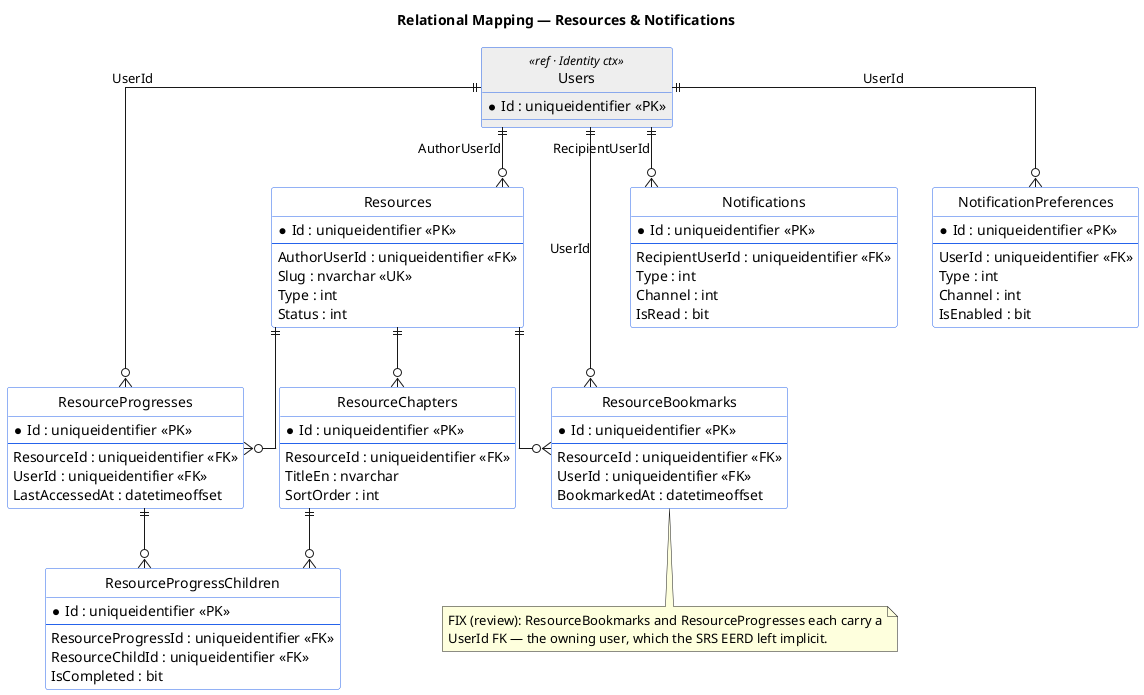
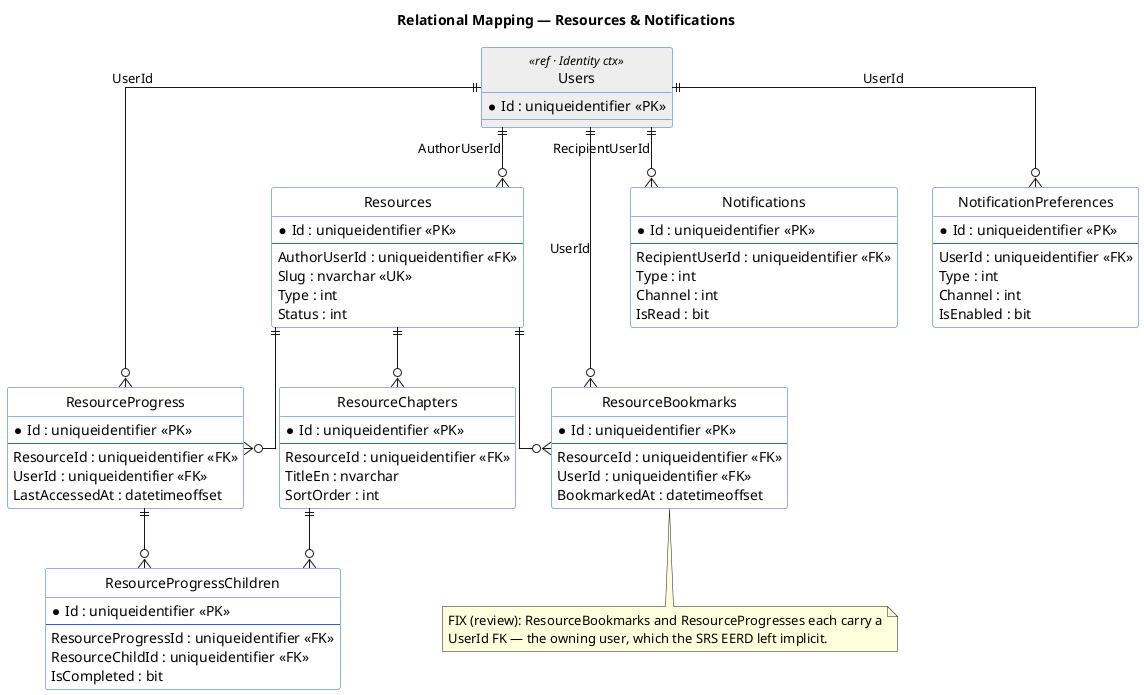
@startuml mapping-05-resources-notifications
title Relational Mapping — Resources & Notifications

skinparam linetype ortho
hide circle
skinparam class {
  BackgroundColor White
  BorderColor #2563eb
}

entity "Users" as users <<ref · Identity ctx>> #EEEEEE {
  *Id : uniqueidentifier <<PK>>
}

entity "Resources" as res {
  *Id : uniqueidentifier <<PK>>
  --
  AuthorUserId : uniqueidentifier <<FK>>
  Slug : nvarchar <<UK>>
  Type : int
  Status : int
}

entity "ResourceChapters" as rc {
  *Id : uniqueidentifier <<PK>>
  --
  ResourceId : uniqueidentifier <<FK>>
  TitleEn : nvarchar
  SortOrder : int
}

entity "ResourceBookmarks" as rb {
  *Id : uniqueidentifier <<PK>>
  --
  ResourceId : uniqueidentifier <<FK>>
  UserId : uniqueidentifier <<FK>>
  BookmarkedAt : datetimeoffset
}

- entity "ResourceProgresses" as rp {
+ entity "ResourceProgress" as rp {
  *Id : uniqueidentifier <<PK>>
  --
  ResourceId : uniqueidentifier <<FK>>
  UserId : uniqueidentifier <<FK>>
  LastAccessedAt : datetimeoffset
}

entity "ResourceProgressChildren" as rpc {
  *Id : uniqueidentifier <<PK>>
  --
  ResourceProgressId : uniqueidentifier <<FK>>
  ResourceChildId : uniqueidentifier <<FK>>
  IsCompleted : bit
}

entity "Notifications" as nt {
  *Id : uniqueidentifier <<PK>>
  --
  RecipientUserId : uniqueidentifier <<FK>>
  Type : int
  Channel : int
  IsRead : bit
}

entity "NotificationPreferences" as np {
  *Id : uniqueidentifier <<PK>>
  --
  UserId : uniqueidentifier <<FK>>
  Type : int
  Channel : int
  IsEnabled : bit
}

' ----- intra-context FKs -----
res ||--o{ rc
res ||--o{ rb
res ||--o{ rp
rp  ||--o{ rpc
rc  ||--o{ rpc

' ----- cross-context FKs -----
users ||--o{ res : AuthorUserId
users ||--o{ rb  : UserId
users ||--o{ rp  : UserId
users ||--o{ nt  : RecipientUserId
users ||--o{ np  : UserId

note bottom of rb
  FIX (review): ResourceBookmarks and ResourceProgresses each carry a
  UserId FK — the owning user, which the SRS EERD left implicit.
end note
@enduml
